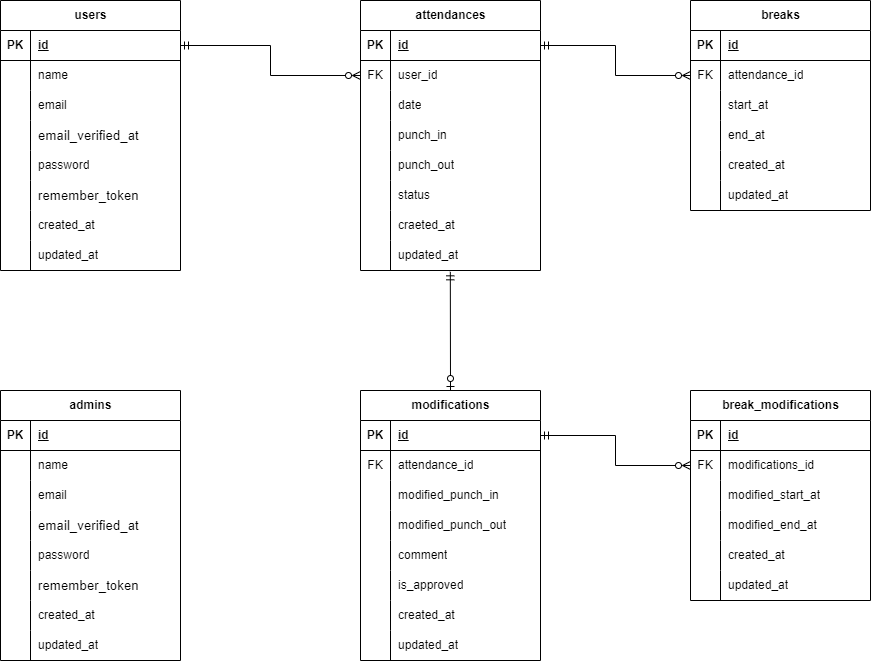
This is src/ER-diagram.drawio.png from Roba-97/ObanaRyota-mockcase2-attendance-app, a draw.io export, as it was before one commit. Source tidied: cells renumbered, new cells last; positions are measured from the earlier drawing's top-left corner, leaving out a move shared by most shapes.
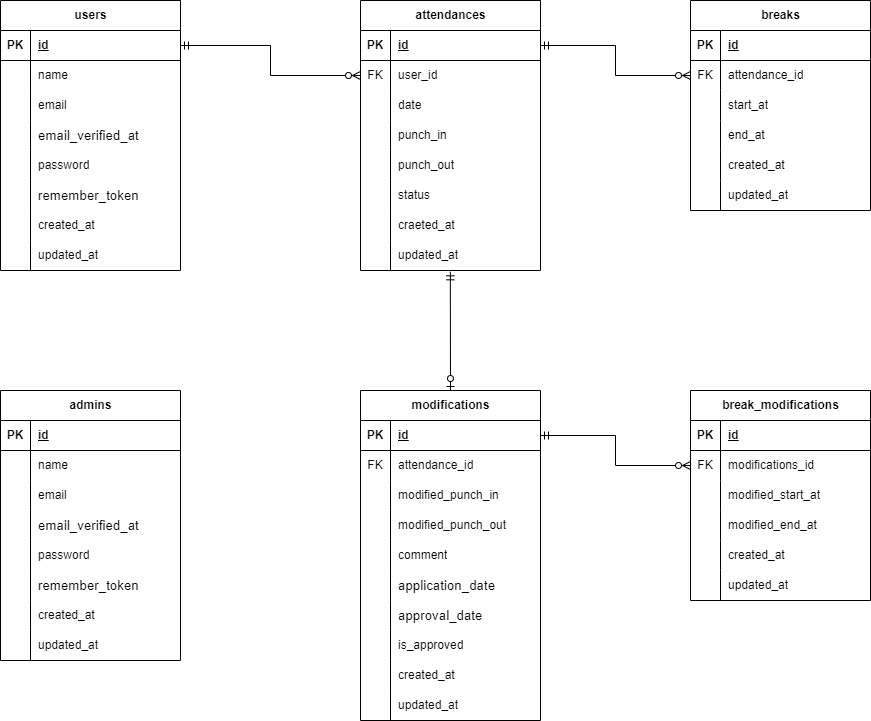
After the change.

The edit, as a diff of the source:
```diff
@@ -285,7 +285,7 @@
       <mxGeometry x="30" width="150" height="30" as="geometry" />
     </mxCell>
     <mxCell id="96" value="modifications" style="shape=table;startSize=30;rowLines=0;fontStyle=1;align=center;html=1;" parent="1" vertex="1">
-      <mxGeometry x="360" y="390" width="180" height="270" as="geometry" />
+      <mxGeometry x="360" y="390" width="180" height="330" as="geometry" />
     </mxCell>
     <mxCell id="97" style="shape=tableRow;horizontal=0;startSize=0;swimlaneHead=0;swimlaneBody=0;fillColor=none;points=[[0,0.5],[1,0.5]];portConstraint=eastwest;top=0;left=0;right=0;bottom=1;" parent="96" vertex="1">
       <mxGeometry y="30" width="180" height="30" as="geometry" />
@@ -338,7 +338,7 @@
     <mxCell id="113" style="shape=partialRectangle;fillColor=none;top=0;left=0;bottom=0;right=0;overflow=hidden;whiteSpace=wrap;html=1;" parent="112" vertex="1">
       <mxGeometry width="30" height="30" as="geometry" />
     </mxCell>
-    <mxCell id="114" value="is_approved" style="shape=partialRectangle;fillColor=none;top=0;left=0;bottom=0;right=0;align=left;spacingLeft=6;overflow=hidden;whiteSpace=wrap;html=1;" parent="112" vertex="1">
+    <mxCell id="114" value="&lt;span style=&quot;color: rgb(0, 0, 0); font-size: 10pt; font-family: Arial;&quot;&gt;application_date&lt;/span&gt;" style="shape=partialRectangle;fillColor=none;top=0;left=0;bottom=0;right=0;align=left;spacingLeft=6;overflow=hidden;whiteSpace=wrap;html=1;" parent="112" vertex="1">
       <mxGeometry x="30" width="150" height="30" as="geometry" />
     </mxCell>
     <mxCell id="115" style="shape=tableRow;horizontal=0;startSize=0;swimlaneHead=0;swimlaneBody=0;fillColor=none;top=0;left=0;right=0;bottom=0;" parent="96" vertex="1">
@@ -347,7 +347,7 @@
     <mxCell id="116" style="shape=partialRectangle;fillColor=none;top=0;left=0;bottom=0;right=0;overflow=hidden;whiteSpace=wrap;html=1;" parent="115" vertex="1">
       <mxGeometry width="30" height="30" as="geometry" />
     </mxCell>
-    <mxCell id="117" value="created_at" style="shape=partialRectangle;fillColor=none;top=0;left=0;bottom=0;right=0;align=left;spacingLeft=6;overflow=hidden;whiteSpace=wrap;html=1;" parent="115" vertex="1">
+    <mxCell id="117" value="&lt;span style=&quot;color: rgb(0, 0, 0); font-size: 10pt; font-family: Arial;&quot;&gt;approval_date&lt;/span&gt;" style="shape=partialRectangle;fillColor=none;top=0;left=0;bottom=0;right=0;align=left;spacingLeft=6;overflow=hidden;whiteSpace=wrap;html=1;" parent="115" vertex="1">
       <mxGeometry x="30" width="150" height="30" as="geometry" />
     </mxCell>
     <mxCell id="118" style="shape=tableRow;horizontal=0;startSize=0;swimlaneHead=0;swimlaneBody=0;fillColor=none;top=0;left=0;right=0;bottom=0;" parent="96" vertex="1">
@@ -356,9 +356,27 @@
     <mxCell id="119" style="shape=partialRectangle;fillColor=none;top=0;left=0;bottom=0;right=0;overflow=hidden;whiteSpace=wrap;html=1;" parent="118" vertex="1">
       <mxGeometry width="30" height="30" as="geometry" />
     </mxCell>
-    <mxCell id="120" value="updated_at" style="shape=partialRectangle;fillColor=none;top=0;left=0;bottom=0;right=0;align=left;spacingLeft=6;overflow=hidden;whiteSpace=wrap;html=1;" parent="118" vertex="1">
+    <mxCell id="120" value="&lt;span style=&quot;color: rgb(0, 0, 0);&quot;&gt;is_approved&lt;/span&gt;" style="shape=partialRectangle;fillColor=none;top=0;left=0;bottom=0;right=0;align=left;spacingLeft=6;overflow=hidden;whiteSpace=wrap;html=1;" parent="118" vertex="1">
       <mxGeometry x="30" width="150" height="30" as="geometry" />
     </mxCell>
+    <mxCell id="144" style="shape=tableRow;horizontal=0;startSize=0;swimlaneHead=0;swimlaneBody=0;fillColor=none;top=0;left=0;right=0;bottom=0;" parent="96" vertex="1">
+      <mxGeometry y="270" width="180" height="30" as="geometry" />
+    </mxCell>
+    <mxCell id="145" style="shape=partialRectangle;fillColor=none;top=0;left=0;bottom=0;right=0;overflow=hidden;whiteSpace=wrap;html=1;" parent="144" vertex="1">
+      <mxGeometry width="30" height="30" as="geometry" />
+    </mxCell>
+    <mxCell id="146" value="&lt;span style=&quot;color: rgb(0, 0, 0);&quot;&gt;created_at&lt;/span&gt;" style="shape=partialRectangle;fillColor=none;top=0;left=0;bottom=0;right=0;align=left;spacingLeft=6;overflow=hidden;whiteSpace=wrap;html=1;" parent="144" vertex="1">
+      <mxGeometry x="30" width="150" height="30" as="geometry" />
+    </mxCell>
+    <mxCell id="147" style="shape=tableRow;horizontal=0;startSize=0;swimlaneHead=0;swimlaneBody=0;fillColor=none;top=0;left=0;right=0;bottom=0;" parent="96" vertex="1">
+      <mxGeometry y="300" width="180" height="30" as="geometry" />
+    </mxCell>
+    <mxCell id="148" style="shape=partialRectangle;fillColor=none;top=0;left=0;bottom=0;right=0;overflow=hidden;whiteSpace=wrap;html=1;" parent="147" vertex="1">
+      <mxGeometry width="30" height="30" as="geometry" />
+    </mxCell>
+    <mxCell id="149" value="&lt;span style=&quot;color: rgb(0, 0, 0);&quot;&gt;updated_at&lt;/span&gt;" style="shape=partialRectangle;fillColor=none;top=0;left=0;bottom=0;right=0;align=left;spacingLeft=6;overflow=hidden;whiteSpace=wrap;html=1;" parent="147" vertex="1">
+      <mxGeometry x="30" width="150" height="30" as="geometry" />
+    </mxCell>
     <mxCell id="121" value="break_modifications" style="shape=table;startSize=30;rowLines=0;fontStyle=1;align=center;html=1;" parent="1" vertex="1">
       <mxGeometry x="690" y="390" width="180" height="210" as="geometry" />
     </mxCell>
```
